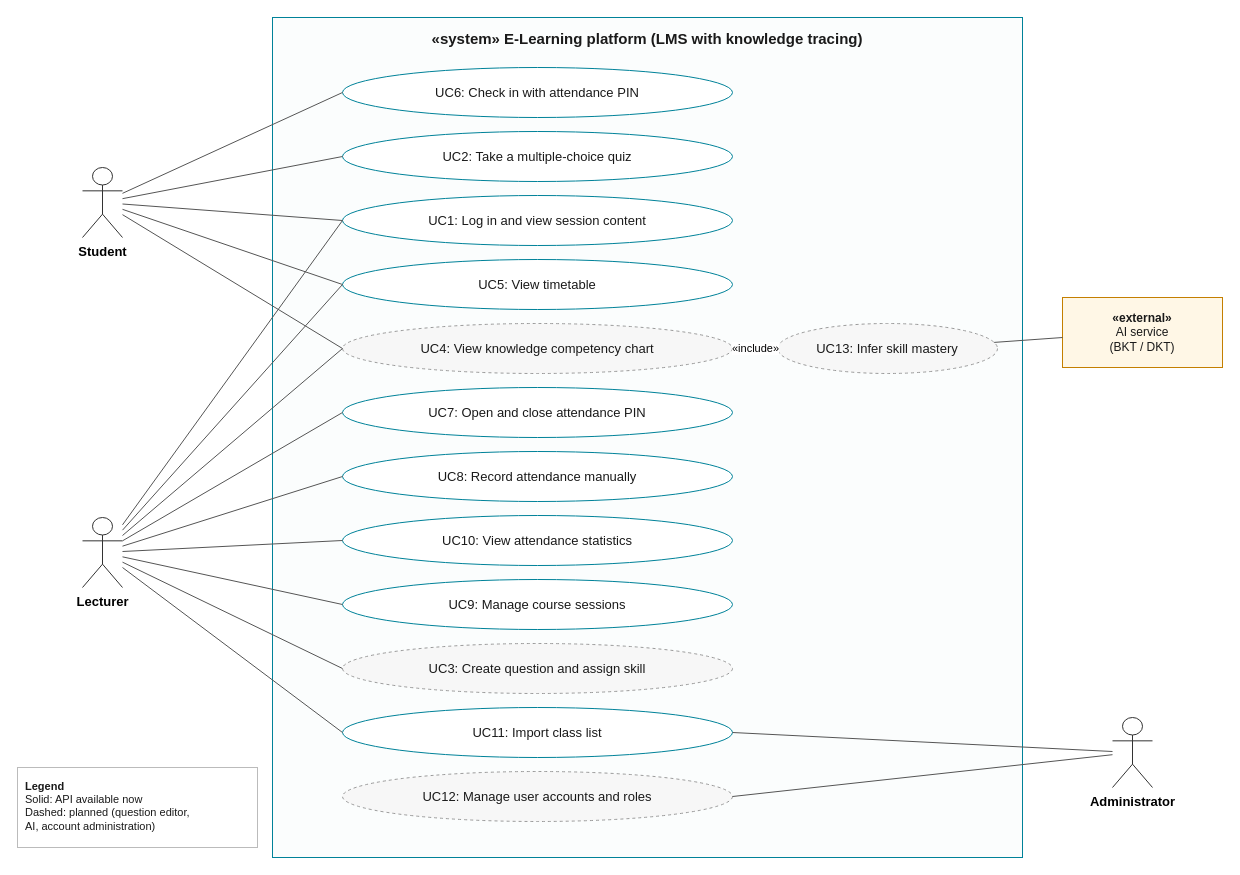
sangngng/elearning-ai-knowledge-tracing keeps this draw.io diagram as docs/diagrams/01_use_case_diagram.drawio. Above is the earlier version. Source tidied: cells renumbered, new cells numbered last; positions are measured from the earlier drawing's top-left corner, leaving out a move shared by most shapes. Both pictures are drawn from the tidied source at 100%, with x=0, y=0 at pixel (17, 17).
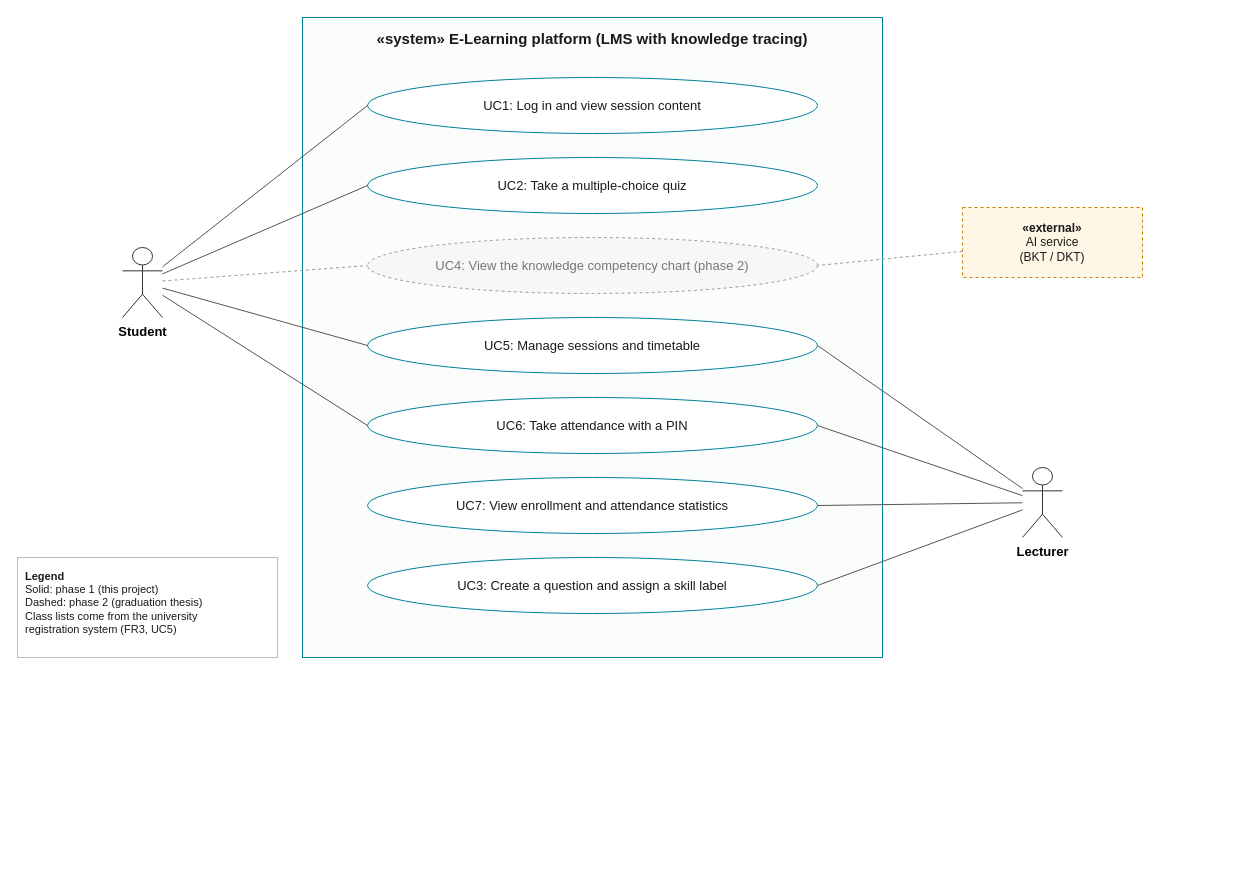
After the change.

Commit message (it also covers changes not shown here):
docs(diagrams): use case diagram follows UC1-UC7 of the report

Diff of the diagram source:
```diff
@@
     <mxCell id="2" value="&lt;b&gt;«system» E-Learning platform (LMS with knowledge tracing)&lt;/b&gt;" style="rounded=0;whiteSpace=wrap;html=1;fillColor=#fbfdfd;strokeColor=#008299;fontSize=15;align=center;verticalAlign=top;spacing=8;fontColor=#1a1a1a;" parent="1" vertex="1">
-      <mxGeometry x="255" width="750" height="840" as="geometry" />
+      <mxGeometry x="285" width="580" height="640" as="geometry" />
     </mxCell>
+    <mxCell id="5" value="UC1: Log in and view session content" style="ellipse;whiteSpace=wrap;html=1;fillColor=#ffffff;strokeColor=#008299;fontSize=13;align=center;verticalAlign=middle;spacing=8;fontColor=#1a1a1a;" parent="1" vertex="1">
+      <mxGeometry x="350" y="60" width="450" height="56" as="geometry" />
+    </mxCell>
+    <mxCell id="4" value="UC2: Take a multiple-choice quiz" style="ellipse;whiteSpace=wrap;html=1;fillColor=#ffffff;strokeColor=#008299;fontSize=13;align=center;verticalAlign=middle;spacing=8;fontColor=#1a1a1a;" parent="1" vertex="1">
+      <mxGeometry x="350" y="140" width="450" height="56" as="geometry" />
+    </mxCell>
+    <mxCell id="7" value="UC4: View the knowledge competency chart (phase 2)" style="ellipse;whiteSpace=wrap;html=1;fillColor=#f7f7f7;strokeColor=#9a9a9a;fontSize=13;align=center;verticalAlign=middle;spacing=8;fontColor=#777777;dashed=1;" parent="1" vertex="1">
+      <mxGeometry x="350" y="220" width="450" height="56" as="geometry" />
+    </mxCell>
+    <mxCell id="6" value="UC5: Manage sessions and timetable" style="ellipse;whiteSpace=wrap;html=1;fillColor=#ffffff;strokeColor=#008299;fontSize=13;align=center;verticalAlign=middle;spacing=8;fontColor=#1a1a1a;" parent="1" vertex="1">
+      <mxGeometry x="350" y="300" width="450" height="56" as="geometry" />
+    </mxCell>
-    <mxCell id="3" value="UC6: Check in with attendance PIN" style="ellipse;whiteSpace=wrap;html=1;fillColor=#ffffff;strokeColor=#008299;fontSize=13;align=center;verticalAlign=middle;spacing=8;fontColor=#1a1a1a;" parent="1" vertex="1">
-      <mxGeometry x="325" y="50" width="390" height="50" as="geometry" />
+    <mxCell id="3" value="UC6: Take attendance with a PIN" style="ellipse;whiteSpace=wrap;html=1;fillColor=#ffffff;strokeColor=#008299;fontSize=13;align=center;verticalAlign=middle;spacing=8;fontColor=#1a1a1a;" parent="1" vertex="1">
+      <mxGeometry x="350" y="380" width="450" height="56" as="geometry" />
     </mxCell>
-    <mxCell id="4" value="UC2: Take a multiple-choice quiz" style="ellipse;whiteSpace=wrap;html=1;fillColor=#ffffff;strokeColor=#008299;fontSize=13;align=center;verticalAlign=middle;spacing=8;fontColor=#1a1a1a;" parent="1" vertex="1">
-      <mxGeometry x="325" y="114" width="390" height="50" as="geometry" />
-    </mxCell>
-    <mxCell id="5" value="UC1: Log in and view session content" style="ellipse;whiteSpace=wrap;html=1;fillColor=#ffffff;strokeColor=#008299;fontSize=13;align=center;verticalAlign=middle;spacing=8;fontColor=#1a1a1a;" parent="1" vertex="1">
-      <mxGeometry x="325" y="178" width="390" height="50" as="geometry" />
-    </mxCell>
-    <mxCell id="6" value="UC5: View timetable" style="ellipse;whiteSpace=wrap;html=1;fillColor=#ffffff;strokeColor=#008299;fontSize=13;align=center;verticalAlign=middle;spacing=8;fontColor=#1a1a1a;" parent="1" vertex="1">
-      <mxGeometry x="325" y="242" width="390" height="50" as="geometry" />
-    </mxCell>
-    <mxCell id="7" value="UC4: View knowledge competency chart" style="ellipse;whiteSpace=wrap;html=1;fillColor=#f7f7f7;strokeColor=#9a9a9a;fontSize=13;align=center;verticalAlign=middle;spacing=8;fontColor=#1a1a1a;dashed=1;" parent="1" vertex="1">
-      <mxGeometry x="325" y="306" width="390" height="50" as="geometry" />
-    </mxCell>
-    <mxCell id="8" value="UC7: Open and close attendance PIN" style="ellipse;whiteSpace=wrap;html=1;fillColor=#ffffff;strokeColor=#008299;fontSize=13;align=center;verticalAlign=middle;spacing=8;fontColor=#1a1a1a;" parent="1" vertex="1">
-      <mxGeometry x="325" y="370" width="390" height="50" as="geometry" />
+    <mxCell id="8" value="UC7: View enrollment and attendance statistics" style="ellipse;whiteSpace=wrap;html=1;fillColor=#ffffff;strokeColor=#008299;fontSize=13;align=center;verticalAlign=middle;spacing=8;fontColor=#1a1a1a;" parent="1" vertex="1">
+      <mxGeometry x="350" y="460" width="450" height="56" as="geometry" />
     </mxCell>
-    <mxCell id="9" value="UC8: Record attendance manually" style="ellipse;whiteSpace=wrap;html=1;fillColor=#ffffff;strokeColor=#008299;fontSize=13;align=center;verticalAlign=middle;spacing=8;fontColor=#1a1a1a;" parent="1" vertex="1">
-      <mxGeometry x="325" y="434" width="390" height="50" as="geometry" />
-    </mxCell>
-    <mxCell id="10" value="UC10: View attendance statistics" style="ellipse;whiteSpace=wrap;html=1;fillColor=#ffffff;strokeColor=#008299;fontSize=13;align=center;verticalAlign=middle;spacing=8;fontColor=#1a1a1a;" parent="1" vertex="1">
-      <mxGeometry x="325" y="498" width="390" height="50" as="geometry" />
-    </mxCell>
-    <mxCell id="11" value="UC9: Manage course sessions" style="ellipse;whiteSpace=wrap;html=1;fillColor=#ffffff;strokeColor=#008299;fontSize=13;align=center;verticalAlign=middle;spacing=8;fontColor=#1a1a1a;" parent="1" vertex="1">
-      <mxGeometry x="325" y="562" width="390" height="50" as="geometry" />
-    </mxCell>
-    <mxCell id="12" value="UC3: Create question and assign skill" style="ellipse;whiteSpace=wrap;html=1;fillColor=#f7f7f7;strokeColor=#9a9a9a;fontSize=13;align=center;verticalAlign=middle;spacing=8;fontColor=#1a1a1a;dashed=1;" parent="1" vertex="1">
-      <mxGeometry x="325" y="626" width="390" height="50" as="geometry" />
+    <mxCell id="12" value="UC3: Create a question and assign a skill label" style="ellipse;whiteSpace=wrap;html=1;fillColor=#ffffff;strokeColor=#008299;fontSize=13;align=center;verticalAlign=middle;spacing=8;fontColor=#1a1a1a;" parent="1" vertex="1">
+      <mxGeometry x="350" y="540" width="450" height="56" as="geometry" />
     </mxCell>
-    <mxCell id="13" value="UC11: Import class list" style="ellipse;whiteSpace=wrap;html=1;fillColor=#ffffff;strokeColor=#008299;fontSize=13;align=center;verticalAlign=middle;spacing=8;fontColor=#1a1a1a;" parent="1" vertex="1">
-      <mxGeometry x="325" y="690" width="390" height="50" as="geometry" />
-    </mxCell>
-    <mxCell id="14" value="UC12: Manage user accounts and roles" style="ellipse;whiteSpace=wrap;html=1;fillColor=#f7f7f7;strokeColor=#9a9a9a;fontSize=13;align=center;verticalAlign=middle;spacing=8;fontColor=#1a1a1a;dashed=1;" parent="1" vertex="1">
-      <mxGeometry x="325" y="754" width="390" height="50" as="geometry" />
-    </mxCell>
-    <mxCell id="15" value="UC13: Infer skill mastery" style="ellipse;whiteSpace=wrap;html=1;fillColor=#f7f7f7;strokeColor=#9a9a9a;fontSize=13;align=center;verticalAlign=middle;spacing=8;fontColor=#1a1a1a;dashed=1;" parent="1" vertex="1">
-      <mxGeometry x="760" y="306" width="220" height="50" as="geometry" />
-    </mxCell>
     <mxCell id="16" value="&lt;b&gt;Student&lt;/b&gt;" style="shape=umlActor;verticalLabelPosition=bottom;verticalAlign=top;html=1;fillColor=#ffffff;strokeColor=#333;fontSize=13;fontStyle=1;" parent="1" vertex="1">
-      <mxGeometry x="65" y="150" width="40" height="70" as="geometry" />
+      <mxGeometry x="105" y="230" width="40" height="70" as="geometry" />
     </mxCell>
     <mxCell id="17" value="&lt;b&gt;Lecturer&lt;/b&gt;" style="shape=umlActor;verticalLabelPosition=bottom;verticalAlign=top;html=1;fillColor=#ffffff;strokeColor=#333;fontSize=13;fontStyle=1;" parent="1" vertex="1">
-      <mxGeometry x="65" y="500" width="40" height="70" as="geometry" />
+      <mxGeometry x="1005" y="450" width="40" height="70" as="geometry" />
     </mxCell>
-    <mxCell id="18" value="&lt;b&gt;Administrator&lt;/b&gt;" style="shape=umlActor;verticalLabelPosition=bottom;verticalAlign=top;html=1;fillColor=#ffffff;strokeColor=#333;fontSize=13;fontStyle=1;" parent="1" vertex="1">
-      <mxGeometry x="1095" y="700" width="40" height="70" as="geometry" />
-    </mxCell>
-    <mxCell id="19" value="&lt;b&gt;«external»&lt;/b&gt;&lt;br&gt;AI service&lt;br&gt;(BKT / DKT)" style="rounded=0;whiteSpace=wrap;html=1;fillColor=#fff7e6;strokeColor=#c47f00;fontSize=12;align=center;verticalAlign=middle;spacing=8;fontColor=#1a1a1a;" parent="1" vertex="1">
-      <mxGeometry x="1045" y="280" width="160" height="70" as="geometry" />
+    <mxCell id="19" value="&lt;b&gt;«external»&lt;/b&gt;&lt;br&gt;AI service&lt;br&gt;(BKT / DKT)" style="rounded=0;whiteSpace=wrap;html=1;fillColor=#fff7e6;strokeColor=#c47f00;fontSize=12;align=center;verticalAlign=middle;spacing=8;fontColor=#1a1a1a;dashed=1;" parent="1" vertex="1">
+      <mxGeometry x="945" y="190" width="180" height="70" as="geometry" />
     </mxCell>
-    <mxCell id="20" value="&lt;b&gt;Legend&lt;/b&gt;&lt;br&gt;Solid: API available now&lt;br&gt;Dashed: planned (question editor,&lt;br&gt;  AI, account administration)" style="rounded=0;whiteSpace=wrap;html=1;fillColor=#ffffff;strokeColor=#bbbbbb;fontSize=11;align=left;verticalAlign=top;spacing=8;fontColor=#1a1a1a;" parent="1" vertex="1">
-      <mxGeometry y="750" width="240" height="80" as="geometry" />
+    <mxCell id="20" value="&lt;b&gt;Legend&lt;/b&gt;&lt;br&gt;Solid: phase 1 (this project)&lt;br&gt;Dashed: phase 2 (graduation thesis)&lt;br&gt;Class lists come from the university&lt;br&gt;registration system (FR3, UC5)" style="rounded=0;whiteSpace=wrap;html=1;fillColor=#ffffff;strokeColor=#bbbbbb;fontSize=11;align=left;verticalAlign=top;spacing=8;fontColor=#1a1a1a;" parent="1" vertex="1">
+      <mxGeometry y="540" width="260" height="100" as="geometry" />
     </mxCell>
-    <mxCell id="21" style="html=1;rounded=0;strokeColor=#555555;fontSize=11;endArrow=none;labelBackgroundColor=#ffffff;entryX=0;entryY=0.5;entryDx=0;entryDy=0;" parent="1" edge="1" source="16" target="3">
+    <mxCell id="21" style="html=1;rounded=0;strokeColor=#555555;fontSize=11;endArrow=none;labelBackgroundColor=#ffffff;entryX=0;entryY=0.5;entryDx=0;entryDy=0;" parent="1" edge="1" source="16" target="5">
       <mxGeometry relative="1" as="geometry" />
     </mxCell>
@@
-    <mxCell id="23" style="html=1;rounded=0;strokeColor=#555555;fontSize=11;endArrow=none;labelBackgroundColor=#ffffff;entryX=0;entryY=0.5;entryDx=0;entryDy=0;" parent="1" edge="1" source="16" target="5">
+    <mxCell id="23" style="html=1;rounded=0;strokeColor=#555555;fontSize=11;endArrow=none;labelBackgroundColor=#ffffff;entryX=0;entryY=0.5;entryDx=0;entryDy=0;" parent="1" edge="1" source="16" target="6">
       <mxGeometry relative="1" as="geometry" />
     </mxCell>
-    <mxCell id="24" style="html=1;rounded=0;strokeColor=#555555;fontSize=11;endArrow=none;labelBackgroundColor=#ffffff;entryX=0;entryY=0.5;entryDx=0;entryDy=0;" parent="1" edge="1" source="16" target="6">
+    <mxCell id="24" style="html=1;rounded=0;strokeColor=#555555;fontSize=11;endArrow=none;labelBackgroundColor=#ffffff;entryX=0;entryY=0.5;entryDx=0;entryDy=0;" parent="1" edge="1" source="16" target="3">
       <mxGeometry relative="1" as="geometry" />
     </mxCell>
-    <mxCell id="25" style="html=1;rounded=0;strokeColor=#555555;fontSize=11;endArrow=none;labelBackgroundColor=#ffffff;entryX=0;entryY=0.5;entryDx=0;entryDy=0;" parent="1" edge="1" source="16" target="7">
+    <mxCell id="25" style="html=1;rounded=0;strokeColor=#9a9a9a;fontSize=11;endArrow=none;dashed=1;labelBackgroundColor=#ffffff;entryX=0;entryY=0.5;entryDx=0;entryDy=0;" parent="1" edge="1" source="16" target="7">
       <mxGeometry relative="1" as="geometry" />
     </mxCell>
-    <mxCell id="26" style="html=1;rounded=0;strokeColor=#555555;fontSize=11;endArrow=none;labelBackgroundColor=#ffffff;entryX=0;entryY=0.5;entryDx=0;entryDy=0;" parent="1" edge="1" source="17" target="5">
+    <mxCell id="26" style="html=1;rounded=0;strokeColor=#555555;fontSize=11;endArrow=none;labelBackgroundColor=#ffffff;entryX=1;entryY=0.5;entryDx=0;entryDy=0;" parent="1" edge="1" source="17" target="6">
       <mxGeometry relative="1" as="geometry" />
     </mxCell>
-    <mxCell id="27" style="html=1;rounded=0;strokeColor=#555555;fontSize=11;endArrow=none;labelBackgroundColor=#ffffff;entryX=0;entryY=0.5;entryDx=0;entryDy=0;" parent="1" edge="1" source="17" target="6">
+    <mxCell id="27" style="html=1;rounded=0;strokeColor=#555555;fontSize=11;endArrow=none;labelBackgroundColor=#ffffff;entryX=1;entryY=0.5;entryDx=0;entryDy=0;" parent="1" edge="1" source="17" target="3">
       <mxGeometry relative="1" as="geometry" />
     </mxCell>
-    <mxCell id="28" style="html=1;rounded=0;strokeColor=#555555;fontSize=11;endArrow=none;labelBackgroundColor=#ffffff;entryX=0;entryY=0.5;entryDx=0;entryDy=0;" parent="1" edge="1" source="17" target="7">
+    <mxCell id="28" style="html=1;rounded=0;strokeColor=#555555;fontSize=11;endArrow=none;labelBackgroundColor=#ffffff;entryX=1;entryY=0.5;entryDx=0;entryDy=0;" parent="1" edge="1" source="17" target="8">
       <mxGeometry relative="1" as="geometry" />
     </mxCell>
-    <mxCell id="29" style="html=1;rounded=0;strokeColor=#555555;fontSize=11;endArrow=none;labelBackgroundColor=#ffffff;entryX=0;entryY=0.5;entryDx=0;entryDy=0;" parent="1" edge="1" source="17" target="8">
+    <mxCell id="29" style="html=1;rounded=0;strokeColor=#555555;fontSize=11;endArrow=none;labelBackgroundColor=#ffffff;entryX=1;entryY=0.5;entryDx=0;entryDy=0;" parent="1" edge="1" source="17" target="12">
       <mxGeometry relative="1" as="geometry" />
     </mxCell>
-    <mxCell id="30" style="html=1;rounded=0;strokeColor=#555555;fontSize=11;endArrow=none;labelBackgroundColor=#ffffff;entryX=0;entryY=0.5;entryDx=0;entryDy=0;" parent="1" edge="1" source="17" target="9">
+    <mxCell id="30" style="html=1;rounded=0;strokeColor=#9a9a9a;fontSize=11;endArrow=none;dashed=1;labelBackgroundColor=#ffffff;entryX=1;entryY=0.5;entryDx=0;entryDy=0;" parent="1" edge="1" source="19" target="7">
       <mxGeometry relative="1" as="geometry" />
     </mxCell>
-    <mxCell id="31" style="html=1;rounded=0;strokeColor=#555555;fontSize=11;endArrow=none;labelBackgroundColor=#ffffff;entryX=0;entryY=0.5;entryDx=0;entryDy=0;" parent="1" edge="1" source="17" target="10">
-      <mxGeometry relative="1" as="geometry" />
-    </mxCell>
-    <mxCell id="32" style="html=1;rounded=0;strokeColor=#555555;fontSize=11;endArrow=none;labelBackgroundColor=#ffffff;entryX=0;entryY=0.5;entryDx=0;entryDy=0;" parent="1" edge="1" source="17" target="11">
-      <mxGeometry relative="1" as="geometry" />
-    </mxCell>
-    <mxCell id="33" style="html=1;rounded=0;strokeColor=#555555;fontSize=11;endArrow=none;labelBackgroundColor=#ffffff;entryX=0;entryY=0.5;entryDx=0;entryDy=0;" parent="1" edge="1" source="17" target="12">
-      <mxGeometry relative="1" as="geometry" />
-    </mxCell>
-    <mxCell id="34" style="html=1;rounded=0;strokeColor=#555555;fontSize=11;endArrow=none;labelBackgroundColor=#ffffff;entryX=0;entryY=0.5;entryDx=0;entryDy=0;" parent="1" edge="1" source="17" target="13">
-      <mxGeometry relative="1" as="geometry" />
-    </mxCell>
-    <mxCell id="35" style="html=1;rounded=0;strokeColor=#555555;fontSize=11;endArrow=none;labelBackgroundColor=#ffffff;entryX=1;entryY=0.5;entryDx=0;entryDy=0;" parent="1" edge="1" source="18" target="13">
-      <mxGeometry relative="1" as="geometry" />
-    </mxCell>
-    <mxCell id="36" style="html=1;rounded=0;strokeColor=#555555;fontSize=11;endArrow=none;labelBackgroundColor=#ffffff;entryX=1;entryY=0.5;entryDx=0;entryDy=0;" parent="1" edge="1" source="18" target="14">
-      <mxGeometry relative="1" as="geometry" />
-    </mxCell>
-    <mxCell id="37" value="«include»" style="html=1;rounded=0;strokeColor=#555555;fontSize=11;endArrow=open;endFill=0;dashed=1;labelBackgroundColor=#ffffff;" parent="1" edge="1" source="7" target="15">
-      <mxGeometry relative="1" as="geometry" />
-    </mxCell>
-    <mxCell id="38" style="html=1;rounded=0;strokeColor=#555555;fontSize=11;endArrow=none;labelBackgroundColor=#ffffff;" parent="1" edge="1" source="15" target="19">
-      <mxGeometry relative="1" as="geometry" />
-    </mxCell>
```
